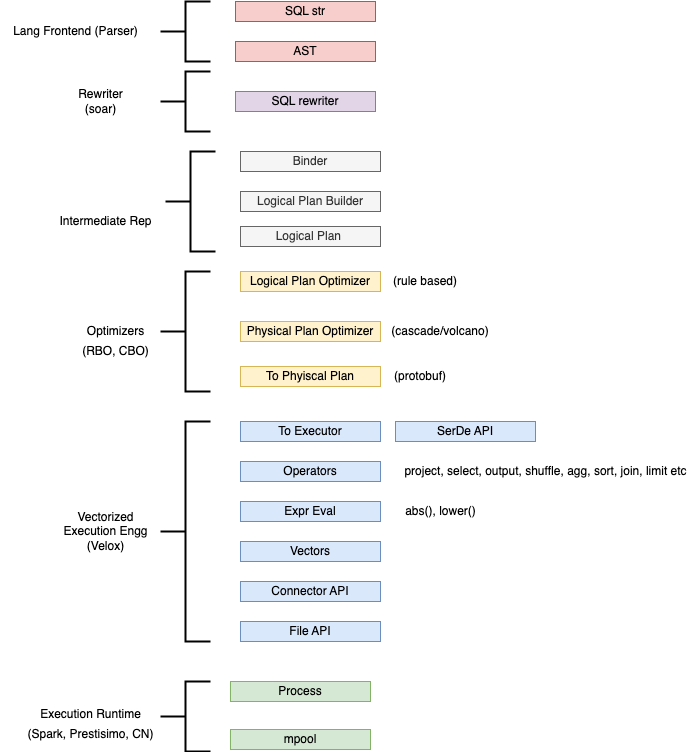
Above: docs/imgs/data_engine.png in dborchard/tiny-planner (draw.io), before the change. Source tidied: cells renumbered, new cells last; positions are measured from the earlier drawing's top-left corner, leaving out a move shared by most shapes.
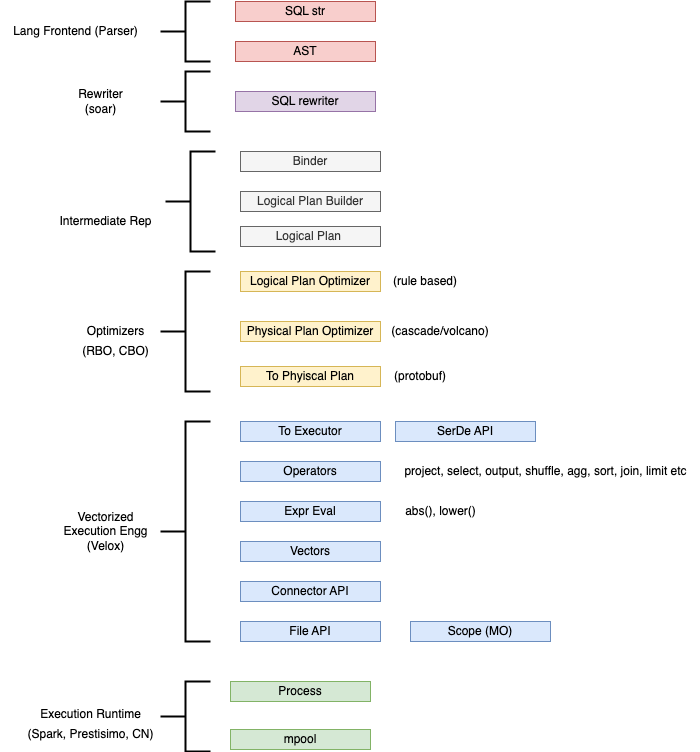
Above is the later version.

Commit message:
Add Binder to the Diagram

What changed in the source:
```diff
@@ -113,5 +113,8 @@
     <mxCell id="38" value="Binder" style="rounded=0;whiteSpace=wrap;html=1;fillColor=#f5f5f5;strokeColor=#666666;fontColor=#333333;" parent="1" vertex="1">
       <mxGeometry x="240" y="150" width="140" height="20" as="geometry" />
     </mxCell>
+    <mxCell id="39" value="Scope (MO)" style="rounded=0;whiteSpace=wrap;html=1;fillColor=#dae8fc;strokeColor=#6c8ebf;" parent="1" vertex="1">
+      <mxGeometry x="410" y="620" width="140" height="20" as="geometry" />
+    </mxCell>
   </root>
 </mxGraphModel>
```
